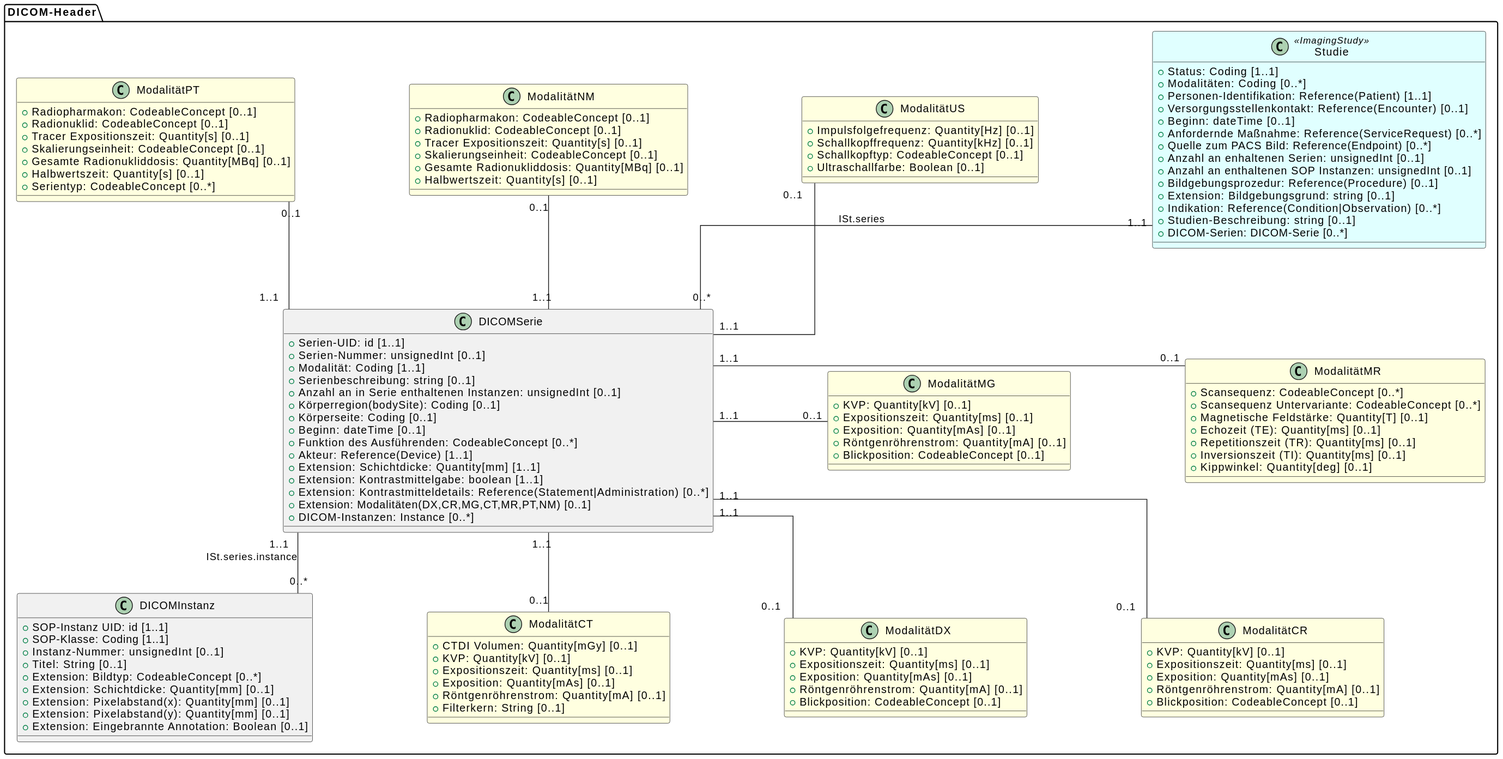
Earlier version of the PlantUML export implementation-guides/ImplementationGuide-Common/images/UML_Metadaten.svg (medizininformatik-initiative/kerndatensatz-bildgebung).
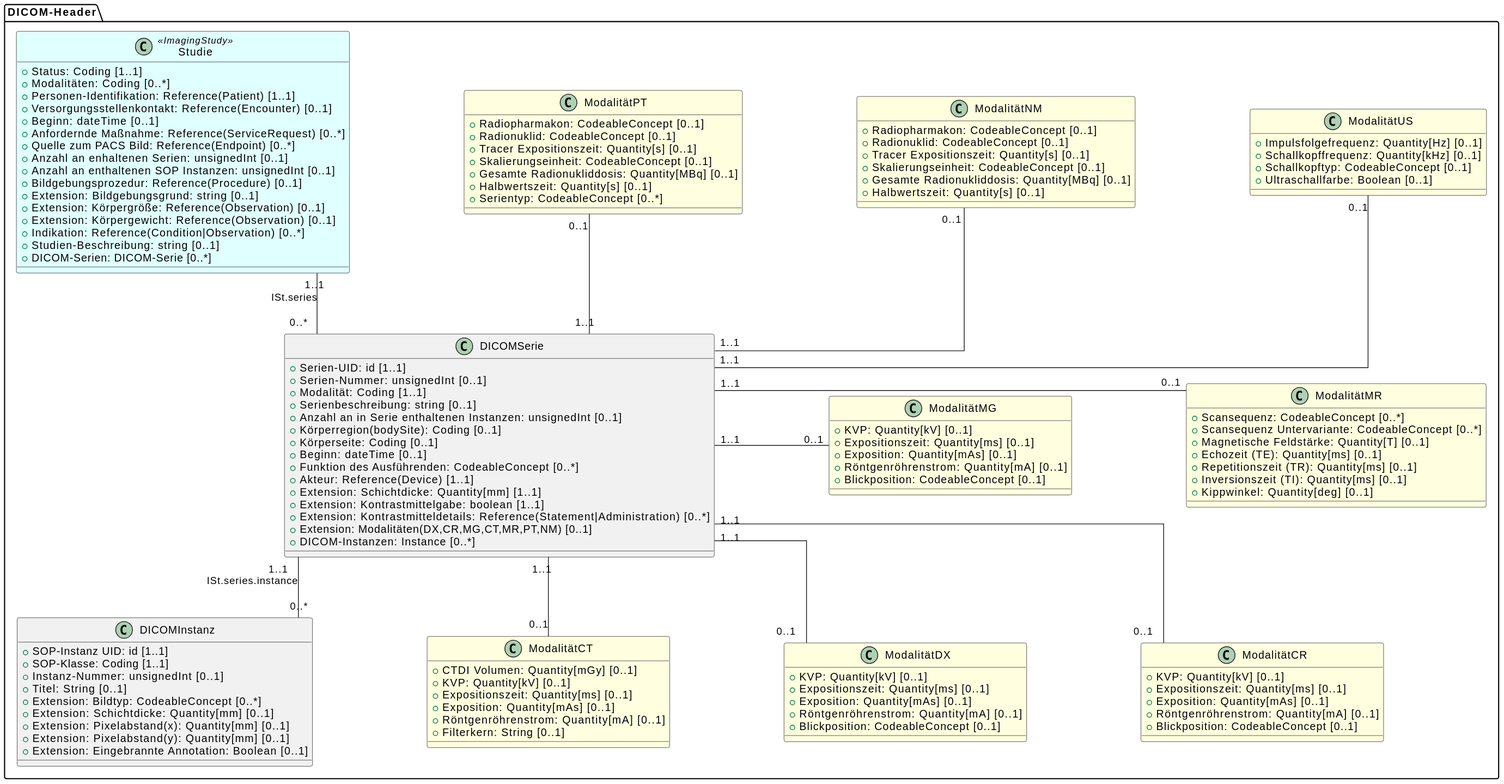
After the commit.

Diff of the diagram source:
```diff
@@ -17,6 +17,8 @@
   + Anzahl an enthaltenen SOP Instanzen: unsignedInt [0..1]
   + {field} Bildgebungsprozedur: Reference(Procedure) [0..1]
   + Extension: Bildgebungsgrund: string [0..1]
+  + {field} Extension: Körpergröße: Reference(Observation) [0..1]
+  + {field} Extension: Körpergewicht: Reference(Observation) [0..1]
   + {field} Indikation: Reference(Condition|Observation) [0..*]
   + Studien-Beschreibung: string [0..1]
   + DICOM-Serien: DICOM-Serie [0..*]
```
